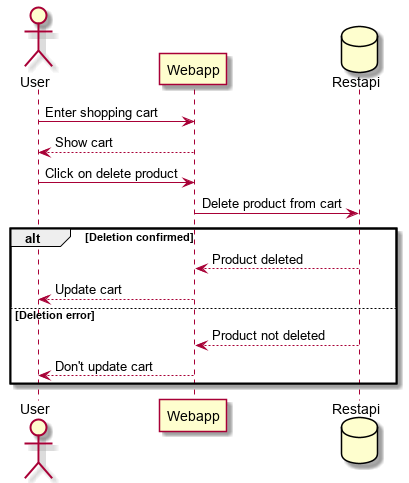
The PlantUML diagram images/Sequence diagram_DeleteProduct.png in Arquisoft/dede_es5a, before a commit.
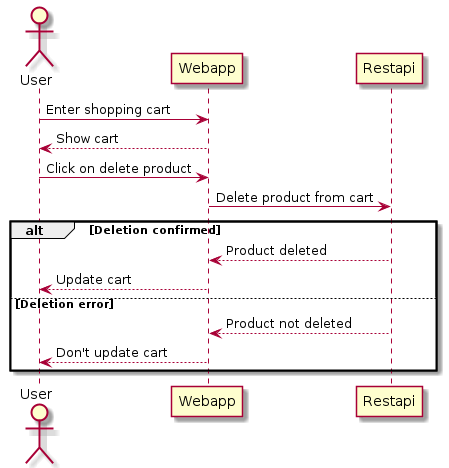
Above is the later version.

What changed in the source:
```diff
@@ -3,7 +3,7 @@
 User -> Webapp: Enter shopping cart
 User <-- Webapp: Show cart
 User -> Webapp: Click on delete product
-database Restapi
+participant Restapi
 Webapp -> Restapi: Delete product from cart
 alt Deletion confirmed
 Webapp <-- Restapi: Product deleted
```
